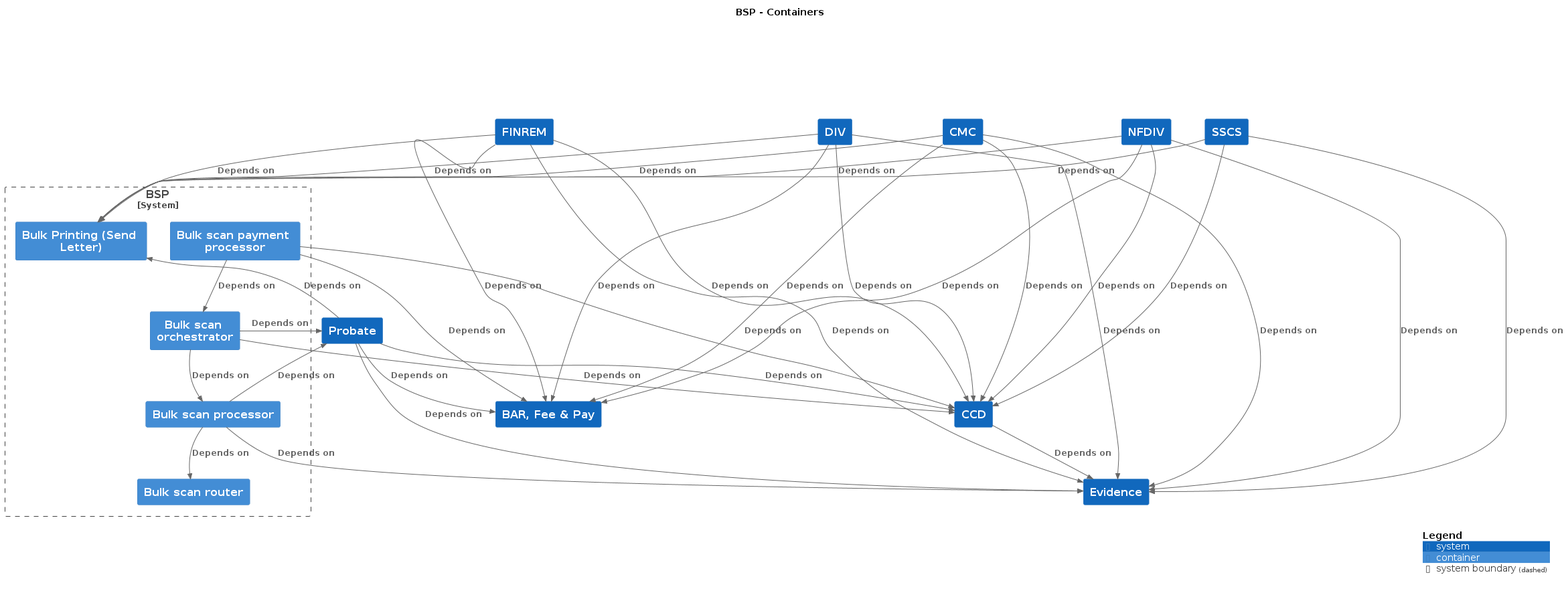
hmcts/cnp-api-docs keeps this PlantUML diagram as docs/c4/bsp/images/structurizr-bsp-overview.png. Above is the earlier version.
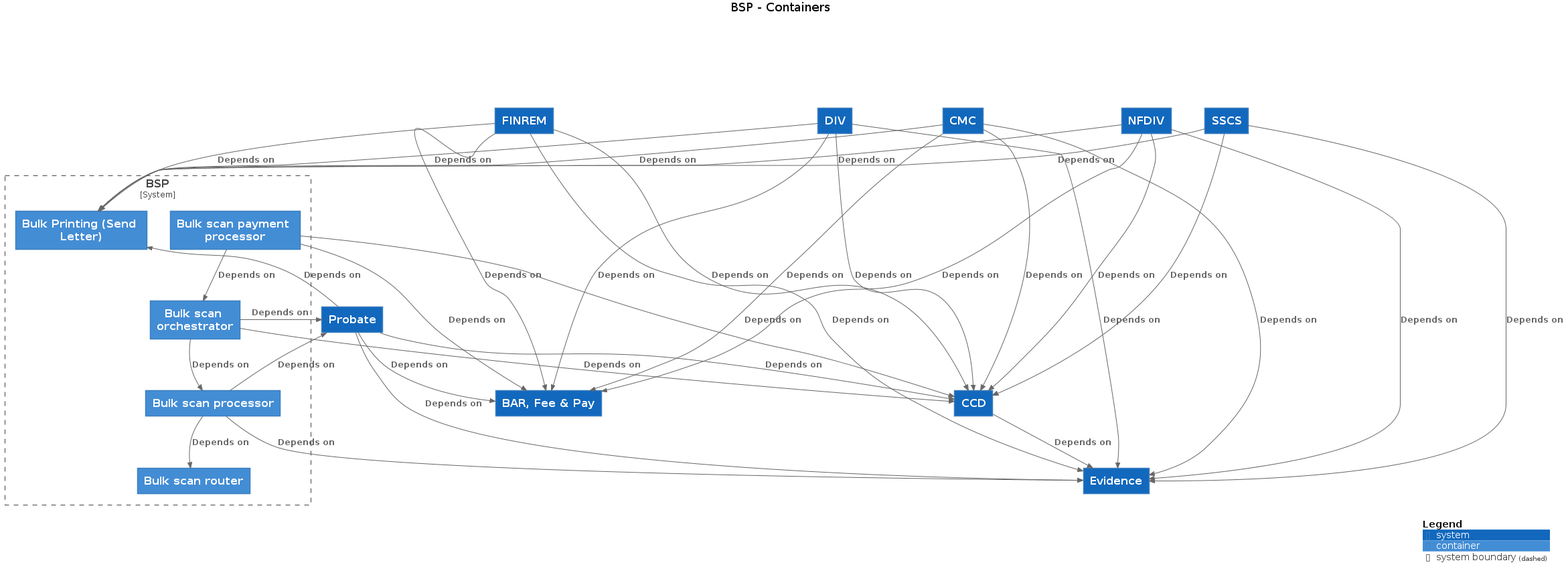
After the change.

Change to the diagram source:
```diff
@@ -3,61 +3,61 @@
 
 top to bottom direction
 
-!include https://raw.githubusercontent.com/plantuml-stdlib/C4-PlantUML/master/C4.puml
-!include https://raw.githubusercontent.com/plantuml-stdlib/C4-PlantUML/master/C4_Context.puml
-!include https://raw.githubusercontent.com/plantuml-stdlib/C4-PlantUML/master/C4_Container.puml
+!includeurl https://raw.githubusercontent.com/plantuml-stdlib/C4-PlantUML/master/C4.puml
+!includeurl https://raw.githubusercontent.com/plantuml-stdlib/C4-PlantUML/master/C4_Context.puml
+!includeurl https://raw.githubusercontent.com/plantuml-stdlib/C4-PlantUML/master/C4_Container.puml
 
-System(FINREM, "FINREM", "", $tags="")
-System(Probate, "Probate", "", $tags="")
-System(DIV, "DIV", "", $tags="")
-System(CCD, "CCD", "", $tags="")
-System(NFDIV, "NFDIV", "", $tags="")
-System(BARFeePay, "BAR, Fee & Pay", "", $tags="")
-System(CMC, "CMC", "", $tags="")
-System(Evidence, "Evidence", "", $tags="")
-System(SSCS, "SSCS", "", $tags="")
+System(FINREM, "FINREM", "")
+System(Probate, "Probate", "")
+System(DIV, "DIV", "")
+System(CCD, "CCD", "")
+System(NFDIV, "NFDIV", "")
+System(BARFeePay, "BAR, Fee & Pay", "")
+System(CMC, "CMC", "")
+System(SSCS, "SSCS", "")
+System(Evidence, "Evidence", "")
 
 System_Boundary("BSP_boundary", "BSP") {
-  Container(BSP.Bulkscanrouter, "Bulk scan router", "", $tags="")
-  Container(BSP.Bulkscanprocessor, "Bulk scan processor", "", $tags="")
-  Container(BSP.Bulkscanorchestrator, "Bulk scan orchestrator", "", $tags="")
-  Container(BSP.Bulkscanpaymentprocessor, "Bulk scan payment processor", "", $tags="")
-  Container(BSP.BulkPrintingSendLetter, "Bulk Printing (Send Letter)", "", $tags="")
+  Container(BSP.Bulkscanrouter, "Bulk scan router", "")
+  Container(BSP.Bulkscanprocessor, "Bulk scan processor", "")
+  Container(BSP.Bulkscanorchestrator, "Bulk scan orchestrator", "")
+  Container(BSP.Bulkscanpaymentprocessor, "Bulk scan payment processor", "")
+  Container(BSP.BulkPrintingSendLetter, "Bulk Printing (Send Letter)", "")
 }
 
-Rel_D(CCD, Evidence, "Depends on", $tags="")
-Rel_D(BSP.Bulkscanprocessor, BSP.Bulkscanrouter, "Depends on", $tags="")
-Rel_D(BSP.Bulkscanprocessor, Evidence, "Depends on", $tags="")
-Rel_D(BSP.Bulkscanprocessor, Probate, "Depends on", $tags="")
-Rel_D(BSP.Bulkscanorchestrator, BSP.Bulkscanprocessor, "Depends on", $tags="")
-Rel_D(BSP.Bulkscanorchestrator, CCD, "Depends on", $tags="")
-Rel_D(BSP.Bulkscanorchestrator, Probate, "Depends on", $tags="")
-Rel_D(BSP.Bulkscanpaymentprocessor, BSP.Bulkscanorchestrator, "Depends on", $tags="")
-Rel_D(BSP.Bulkscanpaymentprocessor, CCD, "Depends on", $tags="")
-Rel_D(BSP.Bulkscanpaymentprocessor, BARFeePay, "Depends on", $tags="")
-Rel_D(CMC, BARFeePay, "Depends on", $tags="")
-Rel_D(CMC, CCD, "Depends on", $tags="")
-Rel_D(CMC, Evidence, "Depends on", $tags="")
-Rel_D(CMC, BSP.BulkPrintingSendLetter, "Depends on", $tags="")
-Rel_D(DIV, Evidence, "Depends on", $tags="")
-Rel_D(DIV, BARFeePay, "Depends on", $tags="")
-Rel_D(DIV, CCD, "Depends on", $tags="")
-Rel_D(DIV, BSP.BulkPrintingSendLetter, "Depends on", $tags="")
-Rel_D(FINREM, BARFeePay, "Depends on", $tags="")
-Rel_D(FINREM, CCD, "Depends on", $tags="")
-Rel_D(FINREM, BSP.BulkPrintingSendLetter, "Depends on", $tags="")
-Rel_D(FINREM, Evidence, "Depends on", $tags="")
-Rel_D(Probate, CCD, "Depends on", $tags="")
-Rel_D(Probate, BARFeePay, "Depends on", $tags="")
-Rel_D(Probate, Evidence, "Depends on", $tags="")
-Rel_D(Probate, BSP.BulkPrintingSendLetter, "Depends on", $tags="")
-Rel_D(SSCS, CCD, "Depends on", $tags="")
-Rel_D(SSCS, Evidence, "Depends on", $tags="")
-Rel_D(SSCS, BSP.BulkPrintingSendLetter, "Depends on", $tags="")
-Rel_D(NFDIV, CCD, "Depends on", $tags="")
-Rel_D(NFDIV, BARFeePay, "Depends on", $tags="")
-Rel_D(NFDIV, Evidence, "Depends on", $tags="")
-Rel_D(NFDIV, BSP.BulkPrintingSendLetter, "Depends on", $tags="")
+Rel_D(CCD, Evidence, "Depends on")
+Rel_D(BSP.Bulkscanprocessor, BSP.Bulkscanrouter, "Depends on")
+Rel_D(BSP.Bulkscanprocessor, Evidence, "Depends on")
+Rel_D(BSP.Bulkscanprocessor, Probate, "Depends on")
+Rel_D(BSP.Bulkscanorchestrator, BSP.Bulkscanprocessor, "Depends on")
+Rel_D(BSP.Bulkscanorchestrator, CCD, "Depends on")
+Rel_D(BSP.Bulkscanorchestrator, Probate, "Depends on")
+Rel_D(BSP.Bulkscanpaymentprocessor, BSP.Bulkscanorchestrator, "Depends on")
+Rel_D(BSP.Bulkscanpaymentprocessor, CCD, "Depends on")
+Rel_D(BSP.Bulkscanpaymentprocessor, BARFeePay, "Depends on")
+Rel_D(CMC, BARFeePay, "Depends on")
+Rel_D(CMC, CCD, "Depends on")
+Rel_D(CMC, Evidence, "Depends on")
+Rel_D(CMC, BSP.BulkPrintingSendLetter, "Depends on")
+Rel_D(DIV, Evidence, "Depends on")
+Rel_D(DIV, BARFeePay, "Depends on")
+Rel_D(DIV, CCD, "Depends on")
+Rel_D(DIV, BSP.BulkPrintingSendLetter, "Depends on")
+Rel_D(FINREM, BARFeePay, "Depends on")
+Rel_D(FINREM, CCD, "Depends on")
+Rel_D(FINREM, BSP.BulkPrintingSendLetter, "Depends on")
+Rel_D(FINREM, Evidence, "Depends on")
+Rel_D(Probate, CCD, "Depends on")
+Rel_D(Probate, BARFeePay, "Depends on")
+Rel_D(Probate, Evidence, "Depends on")
+Rel_D(Probate, BSP.BulkPrintingSendLetter, "Depends on")
+Rel_D(SSCS, CCD, "Depends on")
+Rel_D(SSCS, Evidence, "Depends on")
+Rel_D(SSCS, BSP.BulkPrintingSendLetter, "Depends on")
+Rel_D(NFDIV, CCD, "Depends on")
+Rel_D(NFDIV, BARFeePay, "Depends on")
+Rel_D(NFDIV, Evidence, "Depends on")
+Rel_D(NFDIV, BSP.BulkPrintingSendLetter, "Depends on")
 
 SHOW_DYNAMIC_LEGEND()
 @enduml
```
